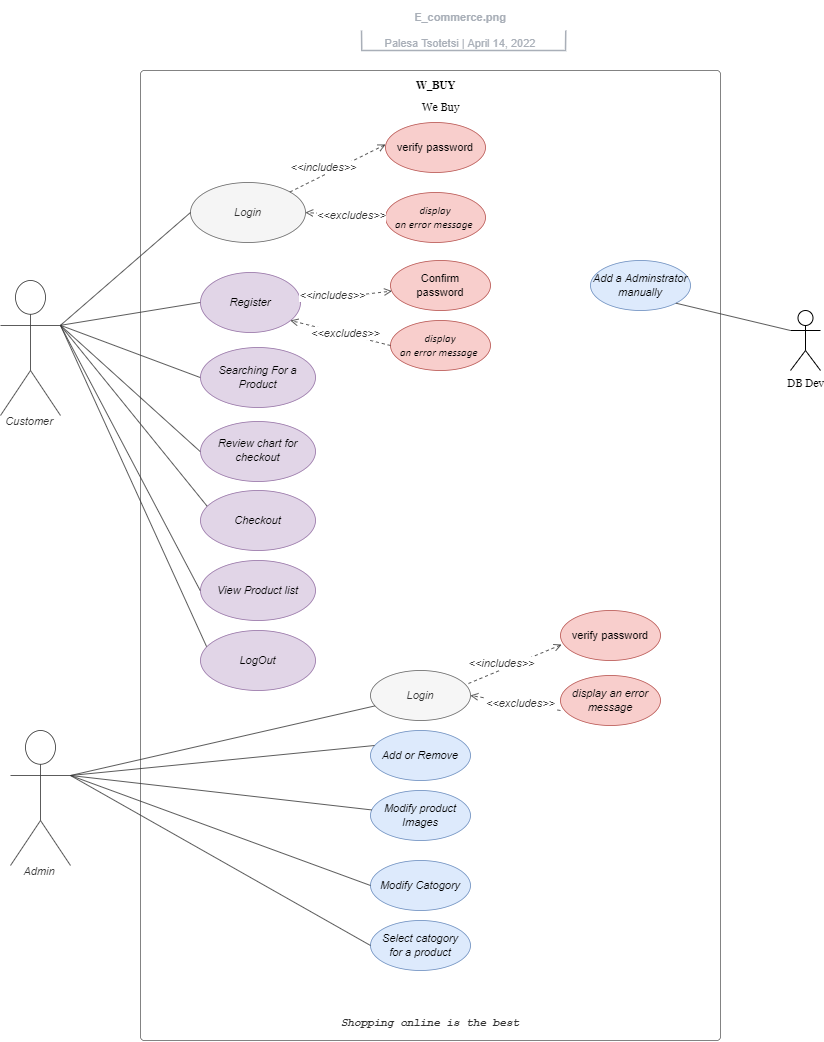
This is E_commerce.png from PalesaSindiswa/E-Commerce-Website, a draw.io export, as it was before one commit. Source tidied: cells renumbered, new cells last; positions are measured from the earlier drawing's top-left corner, leaving out a move shared by most shapes.
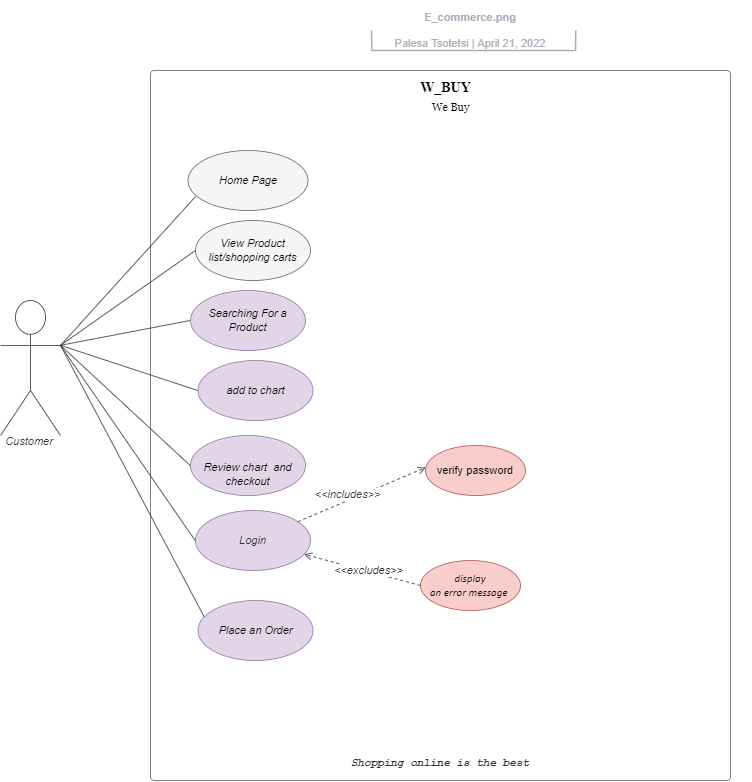
After the commit.

What changed in the source:
```diff
@@ -5,32 +5,23 @@
     <mxCell id="2" value="&lt;pre style=&quot;font-size: 11px;&quot;&gt;Shopping online is the best&lt;/pre&gt;" style="html=1;overflow=block;blockSpacing=1;whiteSpace=wrap;fontSize=11;fontColor=#333333;fontStyle=3;spacing=0;verticalAlign=bottom;strokeColor=#666666;strokeOpacity=100;fillOpacity=0;rounded=1;absoluteArcSize=1;arcSize=7.5;fillColor=#f5f5f5;strokeWidth=0.8;" parent="1" vertex="1">
-      <mxGeometry x="140" y="70" width="580" height="970" as="geometry" />
+      <mxGeometry x="140" y="70" width="580" height="710" as="geometry" />
     </mxCell>
-    <mxCell id="3" value="Login" style="html=1;overflow=block;blockSpacing=1;whiteSpace=wrap;ellipse;fontSize=11;fontColor=#333333;fontStyle=2;align=center;spacing=0;verticalAlign=middle;strokeColor=#666666;strokeOpacity=100;fillOpacity=93;rounded=1;absoluteArcSize=1;arcSize=7.5;fillColor=#f5f5f5;strokeWidth=0.8;" parent="2" vertex="1">
-      <mxGeometry x="230" y="600" width="100" height="50" as="geometry" />
-    </mxCell>
     <mxCell id="4" value="Searching For a Product" style="html=1;overflow=block;blockSpacing=1;whiteSpace=wrap;ellipse;fontSize=11;fontStyle=2;align=center;spacing=0;verticalAlign=middle;strokeOpacity=100;fillOpacity=100;rounded=1;absoluteArcSize=1;arcSize=7.5;strokeWidth=0.8;fillColor=#e1d5e7;strokeColor=#9673a6;" parent="2" vertex="1">
-      <mxGeometry x="60" y="277" width="115" height="60" as="geometry" />
+      <mxGeometry x="40" y="220" width="115" height="60" as="geometry" />
     </mxCell>
-    <mxCell id="5" value="Register" style="html=1;overflow=block;blockSpacing=1;whiteSpace=wrap;ellipse;fontSize=11;fontStyle=2;align=center;spacing=0;verticalAlign=middle;strokeOpacity=100;fillOpacity=100;rounded=1;absoluteArcSize=1;arcSize=7.5;strokeWidth=0.8;fillColor=#e1d5e7;strokeColor=#9673a6;" parent="2" vertex="1">
-      <mxGeometry x="60" y="202" width="100" height="60" as="geometry" />
+    <mxCell id="5" value="add to chart" style="html=1;overflow=block;blockSpacing=1;whiteSpace=wrap;ellipse;fontSize=11;fontStyle=2;align=center;spacing=0;verticalAlign=middle;strokeOpacity=100;fillOpacity=100;rounded=1;absoluteArcSize=1;arcSize=7.5;strokeWidth=0.8;fillColor=#e1d5e7;strokeColor=#9673a6;" parent="2" vertex="1">
+      <mxGeometry x="47.5" y="290" width="115" height="60" as="geometry" />
     </mxCell>
-    <mxCell id="6" value="&lt;div style=&quot;display: flex; justify-content: center; text-align: center; align-items: baseline; font-size: 11px; line-height: 1.25; margin-top: -2px;&quot;&gt;&lt;span style=&quot;font-size: 11px;&quot;&gt;&lt;span style=&quot;font-size: 11px; font-style: italic;&quot;&gt;Review chart for checkout&lt;/span&gt;&lt;span style=&quot;font-size: 11px;&quot;&gt;   &lt;/span&gt;&lt;/span&gt;&lt;/div&gt;" style="html=1;overflow=block;blockSpacing=1;whiteSpace=wrap;ellipse;fontSize=11;spacing=0;verticalAlign=middle;strokeOpacity=100;fillOpacity=100;rounded=1;absoluteArcSize=1;arcSize=7.5;strokeWidth=0.8;strokeColor=#9673a6;fillColor=#e1d5e7;" parent="2" vertex="1">
-      <mxGeometry x="60" y="351" width="115" height="60" as="geometry" />
+    <mxCell id="6" value="&lt;div style=&quot;display: flex ; justify-content: center ; text-align: center ; align-items: baseline ; font-size: 11px ; line-height: 1.25 ; margin-top: -2px&quot;&gt;&lt;span style=&quot;font-size: 11px&quot;&gt;&lt;br style=&quot;font-style: italic&quot;&gt;&lt;br style=&quot;font-style: italic&quot;&gt;&lt;span style=&quot;font-family: &amp;#34;helvetica&amp;#34;&quot;&gt;&lt;span style=&quot;font-style: italic&quot;&gt;Review chart&amp;nbsp; and checkout&lt;/span&gt;&lt;/span&gt;&lt;br class=&quot;Apple-interchange-newline&quot; style=&quot;font-style: italic&quot;&gt;&lt;br style=&quot;font-style: italic&quot;&gt;&lt;/span&gt;&lt;/div&gt;" style="html=1;overflow=block;blockSpacing=1;whiteSpace=wrap;ellipse;fontSize=11;spacing=0;verticalAlign=middle;strokeOpacity=100;fillOpacity=100;rounded=1;absoluteArcSize=1;arcSize=7.5;strokeWidth=0.8;strokeColor=#9673a6;fillColor=#e1d5e7;" parent="2" vertex="1">
+      <mxGeometry x="40" y="365" width="115" height="60" as="geometry" />
     </mxCell>
-    <mxCell id="7" value="Checkout" style="html=1;overflow=block;blockSpacing=1;whiteSpace=wrap;ellipse;fontSize=11;fontStyle=2;align=center;spacing=0;verticalAlign=middle;strokeOpacity=100;fillOpacity=100;rounded=1;absoluteArcSize=1;arcSize=7.5;strokeWidth=0.8;fillColor=#e1d5e7;strokeColor=#9673a6;" parent="2" vertex="1">
-      <mxGeometry x="60" y="420" width="115" height="60" as="geometry" />
-    </mxCell>
-    <mxCell id="8" value="View Product list" style="html=1;overflow=block;blockSpacing=1;whiteSpace=wrap;ellipse;fontSize=11;fontStyle=2;align=center;spacing=0;verticalAlign=middle;strokeOpacity=100;fillOpacity=100;rounded=1;absoluteArcSize=1;arcSize=7.5;strokeWidth=0.8;fillColor=#e1d5e7;strokeColor=#9673a6;" parent="2" vertex="1">
-      <mxGeometry x="60" y="490" width="115" height="60" as="geometry" />
+    <mxCell id="8" value="&lt;span style=&quot;color: rgb(51 , 51 , 51)&quot;&gt;Login&lt;/span&gt;" style="html=1;overflow=block;blockSpacing=1;whiteSpace=wrap;ellipse;fontSize=11;fontStyle=2;align=center;spacing=0;verticalAlign=middle;strokeOpacity=100;fillOpacity=100;rounded=1;absoluteArcSize=1;arcSize=7.5;strokeWidth=0.8;fillColor=#e1d5e7;strokeColor=#9673a6;" parent="2" vertex="1">
+      <mxGeometry x="45" y="440" width="115" height="60" as="geometry" />
     </mxCell>
     <mxCell id="9" value="verify password" style="html=1;overflow=block;blockSpacing=1;whiteSpace=wrap;ellipse;fontSize=11;align=center;spacing=0;verticalAlign=middle;strokeOpacity=100;fillOpacity=100;rounded=1;absoluteArcSize=1;arcSize=7.5;strokeWidth=0.8;fillColor=#f8cecc;strokeColor=#b85450;" parent="2" vertex="1">
-      <mxGeometry x="245" y="52" width="100" height="50" as="geometry" />
+      <mxGeometry x="275" y="375" width="100" height="50" as="geometry" />
     </mxCell>
-    <mxCell id="10" value="&lt;span style=&quot;font-size: 11px; line-height: 107%; font-family: calibri, sans-serif;&quot;&gt;display&lt;br style=&quot;font-size: 11px;&quot;&gt;an error message&amp;nbsp;&lt;/span&gt;" style="html=1;overflow=block;blockSpacing=1;whiteSpace=wrap;ellipse;fontSize=11;fontStyle=2;align=center;spacing=0;verticalAlign=middle;strokeOpacity=100;fillOpacity=100;rounded=1;absoluteArcSize=1;arcSize=7.5;strokeWidth=0.8;fillColor=#f8cecc;strokeColor=#b85450;" parent="2" vertex="1">
-      <mxGeometry x="245" y="122" width="100" height="50" as="geometry" />
-    </mxCell>
-    <mxCell id="11" value="Login" style="html=1;overflow=block;blockSpacing=1;whiteSpace=wrap;ellipse;fontSize=11;fontColor=#333333;fontStyle=2;align=center;spacing=0;verticalAlign=middle;strokeColor=#666666;strokeOpacity=100;fillOpacity=100;rounded=1;absoluteArcSize=1;arcSize=7.5;fillColor=#f5f5f5;strokeWidth=0.8;" parent="2" vertex="1">
-      <mxGeometry x="50" y="112" width="115" height="60" as="geometry" />
+    <mxCell id="11" value="&lt;span style=&quot;color: rgb(0 , 0 , 0)&quot;&gt;View Product list/shopping carts&lt;/span&gt;" style="html=1;overflow=block;blockSpacing=1;whiteSpace=wrap;ellipse;fontSize=11;fontColor=#333333;fontStyle=2;align=center;spacing=0;verticalAlign=middle;strokeColor=#666666;strokeOpacity=100;fillOpacity=100;rounded=1;absoluteArcSize=1;arcSize=7.5;fillColor=#f5f5f5;strokeWidth=0.8;" parent="2" vertex="1">
+      <mxGeometry x="45" y="150" width="115" height="60" as="geometry" />
     </mxCell>
-    <mxCell id="12" style="html=1;jettySize=18;whiteSpace=wrap;fontSize=11;strokeColor=#333333;strokeOpacity=100;dashed=1;fixDash=1;strokeWidth=0.8;rounded=0;startArrow=none;endArrow=open;entryX=0;entryY=0.441;entryPerimeter=0;" parent="2" edge="1" source="11" target="9">
+    <mxCell id="12" style="html=1;jettySize=18;whiteSpace=wrap;fontSize=11;strokeColor=#333333;strokeOpacity=100;dashed=1;fixDash=1;strokeWidth=0.8;rounded=0;startArrow=none;endArrow=open;entryX=0;entryY=0.441;entryPerimeter=0;" parent="2" edge="1" source="8" target="9">
       <mxGeometry relative="1" as="geometry" />
@@ -42,62 +33,13 @@
     </mxCell>
-    <mxCell id="14" style="html=1;jettySize=18;whiteSpace=wrap;fontSize=11;strokeColor=#333333;strokeOpacity=100;dashed=1;fixDash=1;strokeWidth=0.8;rounded=0;startArrow=none;endArrow=open;entryX=1;entryY=0.5;entryDx=0;entryDy=0;exitX=0;exitY=0.5;exitDx=0;exitDy=0;" parent="2" edge="1" source="10" target="11">
-      <mxGeometry relative="1" as="geometry" />
-    </mxCell>
-    <mxCell id="15" value="&amp;lt;&amp;lt;excludes&amp;gt;&amp;gt;" style="text;html=1;labelBackgroundColor=default;align=center;verticalAlign=middle;fontStyle=2;fontColor=#333333;fontSize=11;rotation=0;" parent="14" vertex="1">
-      <mxGeometry relative="1" as="geometry">
-        <mxPoint x="5" as="offset" />
-      </mxGeometry>
-    </mxCell>
-    <mxCell id="16" value="LogOut" style="html=1;overflow=block;blockSpacing=1;whiteSpace=wrap;ellipse;fontSize=11;fontStyle=2;align=center;spacing=0;verticalAlign=middle;strokeOpacity=100;fillOpacity=100;rounded=1;absoluteArcSize=1;arcSize=7.5;strokeWidth=0.8;fillColor=#e1d5e7;strokeColor=#9673a6;" parent="2" vertex="1">
-      <mxGeometry x="60" y="560" width="115" height="60" as="geometry" />
+    <mxCell id="16" value="Place an Order" style="html=1;overflow=block;blockSpacing=1;whiteSpace=wrap;ellipse;fontSize=11;fontStyle=2;align=center;spacing=0;verticalAlign=middle;strokeOpacity=100;fillOpacity=100;rounded=1;absoluteArcSize=1;arcSize=7.5;strokeWidth=0.8;fillColor=#e1d5e7;strokeColor=#9673a6;" parent="2" vertex="1">
+      <mxGeometry x="47.5" y="530" width="115" height="60" as="geometry" />
     </mxCell>
-    <mxCell id="17" value="Add or Remove" style="html=1;overflow=block;blockSpacing=1;whiteSpace=wrap;ellipse;fontSize=11;fontStyle=2;align=center;spacing=0;verticalAlign=middle;strokeColor=#6c8ebf;strokeOpacity=100;fillOpacity=93;rounded=1;absoluteArcSize=1;arcSize=7.5;fillColor=#dae8fc;strokeWidth=0.8;" parent="2" vertex="1">
-      <mxGeometry x="230" y="660" width="100" height="50" as="geometry" />
-    </mxCell>
-    <mxCell id="18" value="Modify product Images" style="html=1;overflow=block;blockSpacing=1;whiteSpace=wrap;ellipse;fontSize=11;fontStyle=2;align=center;spacing=0;verticalAlign=middle;strokeColor=#6c8ebf;strokeOpacity=100;fillOpacity=93;rounded=1;absoluteArcSize=1;arcSize=7.5;fillColor=#dae8fc;strokeWidth=0.8;" parent="2" vertex="1">
-      <mxGeometry x="230" y="720" width="100" height="50" as="geometry" />
-    </mxCell>
-    <mxCell id="19" value="&lt;h1 style=&quot;font-size: 11px;&quot;&gt;&lt;b style=&quot;font-size: 11px;&quot;&gt;&lt;font face=&quot;Times New Roman&quot; style=&quot;font-size: 11px;&quot;&gt;W_BUY&lt;/font&gt;&lt;/b&gt;&lt;/h1&gt;" style="text;html=1;align=center;verticalAlign=middle;strokeColor=none;fillColor=none;fontColor=#000000;fontSize=11;" parent="2" vertex="1">
-      <mxGeometry x="265" width="60" height="30" as="geometry" />
+    <mxCell id="19" value="&lt;h1&gt;&lt;b&gt;&lt;font style=&quot;font-size: 14px&quot; face=&quot;Times New Roman&quot;&gt;W_BUY&lt;/font&gt;&lt;/b&gt;&lt;/h1&gt;" style="text;html=1;align=center;verticalAlign=middle;strokeColor=none;fillColor=none;fontColor=#000000;fontSize=11;" parent="2" vertex="1">
+      <mxGeometry x="260" y="-10" width="70" height="50" as="geometry" />
     </mxCell>
-    <mxCell id="20" value="Select catogory&lt;br style=&quot;font-size: 11px;&quot;&gt;for a product" style="html=1;overflow=block;blockSpacing=1;whiteSpace=wrap;ellipse;fontSize=11;fontStyle=2;align=center;spacing=0;verticalAlign=middle;strokeColor=#6c8ebf;strokeOpacity=100;fillOpacity=93;rounded=1;absoluteArcSize=1;arcSize=7.5;fillColor=#dae8fc;strokeWidth=0.8;" parent="2" vertex="1">
-      <mxGeometry x="230" y="850" width="100" height="50" as="geometry" />
-    </mxCell>
-    <mxCell id="21" value="Modify Catogory" style="html=1;overflow=block;blockSpacing=1;whiteSpace=wrap;ellipse;fontSize=11;fontStyle=2;align=center;spacing=0;verticalAlign=middle;strokeColor=#6c8ebf;strokeOpacity=100;fillOpacity=93;rounded=1;absoluteArcSize=1;arcSize=7.5;fillColor=#dae8fc;strokeWidth=0.8;" parent="2" vertex="1">
-      <mxGeometry x="230" y="790" width="100" height="50" as="geometry" />
-    </mxCell>
-    <mxCell id="22" value="verify password" style="html=1;overflow=block;blockSpacing=1;whiteSpace=wrap;ellipse;fontSize=11;align=center;spacing=0;verticalAlign=middle;strokeOpacity=100;fillOpacity=100;rounded=1;absoluteArcSize=1;arcSize=7.5;strokeWidth=0.8;fillColor=#f8cecc;strokeColor=#b85450;" parent="2" vertex="1">
-      <mxGeometry x="420" y="540" width="100" height="50" as="geometry" />
-    </mxCell>
-    <mxCell id="23" value="display an error message" style="html=1;overflow=block;blockSpacing=1;whiteSpace=wrap;ellipse;fontSize=11;fontStyle=2;align=center;spacing=0;verticalAlign=middle;strokeOpacity=100;fillOpacity=100;rounded=1;absoluteArcSize=1;arcSize=7.5;strokeWidth=0.8;fillColor=#f8cecc;strokeColor=#b85450;" parent="2" vertex="1">
-      <mxGeometry x="420" y="605" width="100" height="50" as="geometry" />
-    </mxCell>
-    <mxCell id="24" style="html=1;jettySize=18;whiteSpace=wrap;fontSize=11;strokeColor=#333333;strokeOpacity=100;dashed=1;fixDash=1;strokeWidth=0.8;rounded=0;startArrow=none;endArrow=open;entryX=0.01;entryY=0.683;entryPerimeter=0;exitX=0.98;exitY=0.26;exitDx=0;exitDy=0;entryDx=0;entryDy=0;exitPerimeter=0;" parent="2" edge="1" source="3" target="22">
-      <mxGeometry relative="1" as="geometry" />
-    </mxCell>
-    <mxCell id="25" value="&amp;lt;&amp;lt;includes&amp;gt;&amp;gt;" style="text;html=1;labelBackgroundColor=default;align=center;verticalAlign=middle;fontStyle=2;fontColor=#333333;fontSize=11;" parent="24" vertex="1">
-      <mxGeometry relative="1" as="geometry">
-        <mxPoint x="-14" y="-1" as="offset" />
-      </mxGeometry>
-    </mxCell>
-    <mxCell id="26" value="Confirm&lt;br style=&quot;font-size: 11px;&quot;&gt;password" style="html=1;overflow=block;blockSpacing=1;whiteSpace=wrap;ellipse;fontSize=11;align=center;spacing=0;verticalAlign=middle;strokeOpacity=100;fillOpacity=100;rounded=1;absoluteArcSize=1;arcSize=7.5;strokeWidth=0.8;fillColor=#f8cecc;strokeColor=#b85450;" parent="2" vertex="1">
-      <mxGeometry x="250" y="190" width="100" height="50" as="geometry" />
-    </mxCell>
     <mxCell id="27" value="&lt;span style=&quot;line-height: 107%; font-family: calibri, sans-serif; font-size: 11px;&quot;&gt;display&lt;br style=&quot;font-size: 11px;&quot;&gt;an error message&amp;nbsp;&lt;/span&gt;" style="html=1;overflow=block;blockSpacing=1;whiteSpace=wrap;ellipse;fontSize=11;fontStyle=2;align=center;spacing=0;verticalAlign=middle;strokeOpacity=100;fillOpacity=100;rounded=1;absoluteArcSize=1;arcSize=7.5;strokeWidth=0.8;fillColor=#f8cecc;strokeColor=#b85450;" parent="2" vertex="1">
-      <mxGeometry x="250" y="250" width="100" height="50" as="geometry" />
+      <mxGeometry x="270" y="490" width="100" height="50" as="geometry" />
     </mxCell>
-    <mxCell id="28" style="html=1;jettySize=18;whiteSpace=wrap;fontSize=11;strokeColor=#333333;strokeOpacity=100;dashed=1;fixDash=1;strokeWidth=0.8;rounded=0;startArrow=none;endArrow=open;" parent="2" edge="1" target="26">
-      <mxGeometry relative="1" as="geometry">
-        <mxPoint x="160" y="231.1" as="sourcePoint" />
-      </mxGeometry>
-    </mxCell>
-    <mxCell id="29" value="&amp;lt;&amp;lt;includes&amp;gt;&amp;gt;" style="text;html=1;labelBackgroundColor=default;align=center;verticalAlign=middle;fontStyle=2;fontColor=#333333;fontSize=11;" parent="28" vertex="1">
-      <mxGeometry relative="1" as="geometry">
-        <mxPoint x="-14" y="-1" as="offset" />
-      </mxGeometry>
-    </mxCell>
-    <mxCell id="30" style="html=1;jettySize=18;whiteSpace=wrap;fontSize=11;strokeColor=#333333;strokeOpacity=100;dashed=1;fixDash=1;strokeWidth=0.8;rounded=0;startArrow=none;endArrow=open;entryX=1;entryY=0.5;entryDx=0;entryDy=0;exitX=0;exitY=0.5;exitDx=0;exitDy=0;" parent="2" edge="1" source="27">
-      <mxGeometry relative="1" as="geometry">
-        <mxPoint x="150" y="250" as="targetPoint" />
-      </mxGeometry>
+    <mxCell id="30" style="html=1;jettySize=18;whiteSpace=wrap;fontSize=11;strokeColor=#333333;strokeOpacity=100;dashed=1;fixDash=1;strokeWidth=0.8;rounded=0;startArrow=none;endArrow=open;exitX=0;exitY=0.5;exitDx=0;exitDy=0;" parent="2" edge="1" source="27" target="8">
+      <mxGeometry relative="1" as="geometry" />
     </mxCell>
@@ -111,18 +53,7 @@
     </mxCell>
-    <mxCell id="33" style="html=1;jettySize=18;whiteSpace=wrap;fontSize=11;strokeColor=#333333;strokeOpacity=100;dashed=1;fixDash=1;strokeWidth=0.8;rounded=0;startArrow=none;endArrow=open;entryX=1;entryY=0.5;entryDx=0;entryDy=0;" parent="2" edge="1">
-      <mxGeometry relative="1" as="geometry">
-        <mxPoint x="420" y="640" as="sourcePoint" />
-        <mxPoint x="330" y="625" as="targetPoint" />
-      </mxGeometry>
-    </mxCell>
-    <mxCell id="34" value="&amp;lt;&amp;lt;excludes&amp;gt;&amp;gt;" style="text;html=1;labelBackgroundColor=default;align=center;verticalAlign=middle;fontStyle=2;fontColor=#333333;fontSize=11;rotation=0;" parent="33" vertex="1">
-      <mxGeometry relative="1" as="geometry">
-        <mxPoint x="5" as="offset" />
-      </mxGeometry>
-    </mxCell>
-    <mxCell id="35" value="Add a Adminstrator manually" style="html=1;overflow=block;blockSpacing=1;whiteSpace=wrap;ellipse;fontSize=11;fontStyle=2;align=center;spacing=0;verticalAlign=middle;strokeColor=#6c8ebf;strokeOpacity=100;fillOpacity=93;rounded=1;absoluteArcSize=1;arcSize=7.5;fillColor=#dae8fc;strokeWidth=0.8;" parent="2" vertex="1">
-      <mxGeometry x="450" y="190" width="100" height="50" as="geometry" />
-    </mxCell>
+    <mxCell id="56" value="&lt;font color=&quot;#000000&quot;&gt;Home Page&lt;/font&gt;" style="html=1;overflow=block;blockSpacing=1;whiteSpace=wrap;ellipse;fontSize=11;fontColor=#333333;fontStyle=2;align=center;spacing=0;verticalAlign=middle;strokeColor=#666666;strokeOpacity=100;fillOpacity=100;rounded=1;absoluteArcSize=1;arcSize=7.5;fillColor=#f5f5f5;strokeWidth=0.8;" parent="2" vertex="1">
+      <mxGeometry x="37.5" y="80" width="120" height="60" as="geometry" />
+    </mxCell>
     <mxCell id="36" value="Customer" style="html=1;overflow=block;blockSpacing=1;shape=umlActor;labelPosition=center;verticalLabelPosition=bottom;verticalAlign=top;whiteSpace=nowrap;fontSize=11;fontColor=#333333;fontStyle=2;spacing=0;strokeColor=#333333;strokeOpacity=100;rounded=1;absoluteArcSize=1;arcSize=7.5;fillColor=#ffffff;strokeWidth=0.8;" parent="1" vertex="1">
-      <mxGeometry y="280" width="60" height="135" as="geometry" />
+      <mxGeometry x="-10" y="300" width="60" height="135" as="geometry" />
     </mxCell>
@@ -161,5 +92,2 @@
     </mxCell>
-    <mxCell id="45" style="html=1;jettySize=18;whiteSpace=wrap;fontSize=11;strokeColor=#333333;strokeOpacity=100;strokeWidth=0.8;rounded=0;startArrow=none;endArrow=none;exitX=1;exitY=0.332;exitPerimeter=0;entryX=0.057;entryY=0.26;entryPerimeter=0;" parent="1" edge="1" source="36" target="7">
-      <mxGeometry relative="1" as="geometry" />
-    </mxCell>
     <mxCell id="46" style="html=1;jettySize=18;whiteSpace=wrap;fontSize=11;strokeColor=#333333;strokeOpacity=100;strokeWidth=0.8;rounded=0;startArrow=none;endArrow=none;exitX=1;exitY=0.332;exitPerimeter=0;entryX=0.053;entryY=0.269;entryPerimeter=0;" parent="1" edge="1" source="36" target="16">
@@ -170,28 +98,5 @@
     </mxCell>
-    <mxCell id="48" value="Admin" style="html=1;overflow=block;blockSpacing=1;shape=umlActor;labelPosition=center;verticalLabelPosition=bottom;verticalAlign=top;whiteSpace=nowrap;fontSize=11;fontColor=#333333;fontStyle=2;spacing=0;strokeColor=#333333;strokeOpacity=100;rounded=1;absoluteArcSize=1;arcSize=7.5;fillColor=#ffffff;strokeWidth=0.8;" parent="1" vertex="1">
-      <mxGeometry x="10" y="730" width="60" height="135" as="geometry" />
-    </mxCell>
-    <mxCell id="49" style="html=1;jettySize=18;whiteSpace=wrap;fontSize=11;strokeColor=#333333;strokeOpacity=100;strokeWidth=0.8;rounded=0;startArrow=none;endArrow=none;exitX=1;exitY=0.3333333333333333;exitPerimeter=0;exitDx=0;exitDy=0;" parent="1" edge="1" source="48" target="3">
-      <mxGeometry relative="1" as="geometry" />
-    </mxCell>
-    <mxCell id="50" style="html=1;jettySize=18;whiteSpace=wrap;fontSize=11;strokeColor=#333333;strokeOpacity=100;strokeWidth=0.8;rounded=0;startArrow=none;endArrow=none;exitX=1;exitY=0.3333333333333333;exitPerimeter=0;exitDx=0;exitDy=0;entryX=0.04;entryY=0.3;entryDx=0;entryDy=0;entryPerimeter=0;" parent="1" edge="1" source="48" target="17">
-      <mxGeometry relative="1" as="geometry" />
-    </mxCell>
-    <mxCell id="51" style="html=1;jettySize=18;whiteSpace=wrap;fontSize=11;strokeColor=#333333;strokeOpacity=100;strokeWidth=0.8;rounded=0;startArrow=none;endArrow=none;exitX=1;exitY=0.3333333333333333;exitPerimeter=0;exitDx=0;exitDy=0;" parent="1" edge="1" source="48" target="18">
-      <mxGeometry relative="1" as="geometry" />
-    </mxCell>
-    <mxCell id="52" style="html=1;jettySize=18;whiteSpace=wrap;fontSize=11;strokeColor=#333333;strokeOpacity=100;strokeWidth=0.8;rounded=0;startArrow=none;endArrow=none;entryX=0;entryY=0.5;entryDx=0;entryDy=0;exitX=1;exitY=0.3333333333333333;exitDx=0;exitDy=0;exitPerimeter=0;" parent="1" edge="1" source="48" target="21">
-      <mxGeometry relative="1" as="geometry" />
-    </mxCell>
-    <mxCell id="53" style="html=1;jettySize=18;whiteSpace=wrap;fontSize=11;strokeColor=#333333;strokeOpacity=100;strokeWidth=0.8;rounded=0;startArrow=none;endArrow=none;entryX=0;entryY=0.5;entryDx=0;entryDy=0;exitX=1;exitY=0.3333333333333333;exitDx=0;exitDy=0;exitPerimeter=0;" parent="1" edge="1" source="48" target="20">
-      <mxGeometry relative="1" as="geometry" />
-    </mxCell>
-    <mxCell id="54" value="DB Dev" style="shape=umlActor;verticalLabelPosition=bottom;verticalAlign=top;html=1;fontFamily=Georgia;fontSize=11;fontColor=#000000;strokeColor=#000000;fillColor=#FFFFFF;" parent="1" vertex="1">
-      <mxGeometry x="790" y="310" width="30" height="60" as="geometry" />
-    </mxCell>
-    <mxCell id="55" style="html=1;jettySize=18;whiteSpace=wrap;fontSize=11;strokeColor=#333333;strokeOpacity=100;strokeWidth=0.8;rounded=0;startArrow=none;endArrow=none;exitX=1;exitY=1;entryX=0;entryY=0.5;entryDx=0;entryDy=0;exitDx=0;exitDy=0;" parent="1" edge="1" source="35">
-      <mxGeometry relative="1" as="geometry">
-        <mxPoint x="790" y="330" as="targetPoint" />
-      </mxGeometry>
-    </mxCell>
+    <mxCell id="57" style="html=1;jettySize=18;whiteSpace=wrap;fontSize=11;strokeColor=#333333;strokeOpacity=100;strokeWidth=0.8;rounded=0;startArrow=none;endArrow=none;exitX=1;exitY=0.3333333333333333;exitDx=0;exitDy=0;exitPerimeter=0;entryX=0.063;entryY=0.767;entryDx=0;entryDy=0;entryPerimeter=0;" parent="1" edge="1" source="36" target="56">
+      <mxGeometry relative="1" as="geometry" />
+    </mxCell>
   </root>
```
